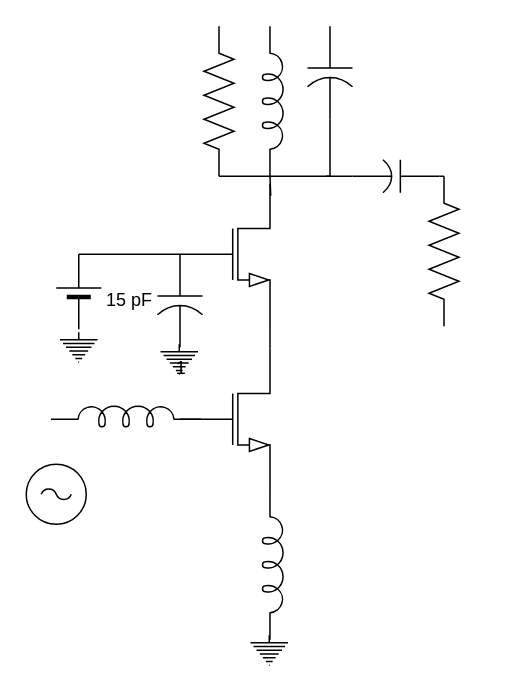
Before: LNA.drawio in vik-s/rftools, a draw.io diagram. Source tidied: cells renumbered, new cells numbered last; positions are measured from the earlier drawing's top-left corner, leaving out a move shared by most shapes. Both pictures are drawn from the tidied source at 150%, with x=0, y=0 at pixel (26, 26).
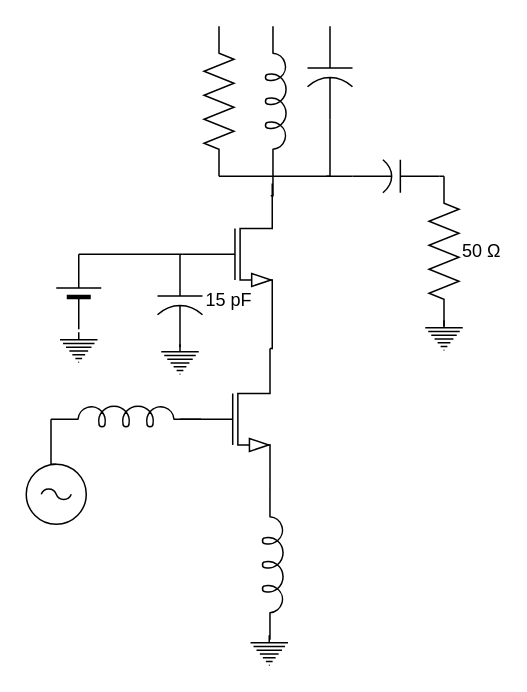
The same page after the edit.

The change refers to these unchanged cells:
```xml
<mxCell id="12" style="verticalLabelPosition=bottom;shadow=0;dashed=0;align=center;fillColor=#ffffff;html=1;verticalAlign=top;strokeWidth=1;shape=mxgraph.electrical.inductors.inductor_5;direction=east;" parent="1" vertex="1">
  <mxGeometry x="16.5" y="253" width="100" height="14" as="geometry" />
</mxCell>
<mxCell id="13" style="verticalLabelPosition=bottom;shadow=0;dashed=0;align=center;fillColor=#ffffff;html=1;verticalAlign=top;strokeWidth=1;shape=mxgraph.electrical.signal_sources.ac_source;" parent="1" vertex="1">
  <mxGeometry y="292" width="40" height="40" as="geometry" />
</mxCell>
```

The edit, as a diff of the source:
```diff
@@
     <mxCell id="5" style="verticalLabelPosition=bottom;shadow=0;dashed=0;align=center;fillColor=#ffffff;html=1;verticalAlign=top;strokeWidth=1;shape=mxgraph.electrical.transistors.nmos;" parent="1" vertex="1">
-      <mxGeometry x="102.5" y="102" width="60" height="100" as="geometry" />
+      <mxGeometry x="104" y="102" width="60" height="100" as="geometry" />
     </mxCell>
@@
     <mxCell id="9" style="verticalLabelPosition=bottom;shadow=0;dashed=0;align=center;fillColor=#ffffff;html=1;verticalAlign=top;strokeWidth=1;shape=mxgraph.electrical.inductors.inductor_5;direction=south;" parent="1" vertex="1">
-      <mxGeometry x="157.5" width="14" height="100" as="geometry" />
+      <mxGeometry x="159.5" width="14" height="100" as="geometry" />
     </mxCell>
@@
+    <mxCell id="25" style="edgeStyle=orthogonalEdgeStyle;rounded=0;jettySize=auto;html=1;exitX=0.5;exitY=0;exitDx=0;exitDy=0;exitPerimeter=0;entryX=0;entryY=0.645;entryDx=0;entryDy=0;entryPerimeter=0;endArrow=none;endFill=0;" parent="1" edge="1" source="13" target="12">
+      <mxGeometry relative="1" as="geometry" />
+    </mxCell>
@@
-    <mxCell id="17" value="1" style="verticalLabelPosition=bottom;shadow=0;dashed=0;align=center;fillColor=#ffffff;html=1;verticalAlign=top;strokeWidth=1;shape=mxgraph.electrical.capacitors.capacitor_2;direction=south;" parent="1" vertex="1">
+    <mxCell id="17" value="15 pF" style="verticalLabelPosition=middle;shadow=0;dashed=0;align=left;fillColor=#ffffff;html=1;verticalAlign=middle;strokeWidth=1;shape=mxgraph.electrical.capacitors.capacitor_2;direction=south;labelPosition=right;" parent="1" vertex="1">
       <mxGeometry x="87.5" y="152" width="30" height="62" as="geometry" />
     </mxCell>
     <mxCell id="18" style="verticalLabelPosition=bottom;shadow=0;dashed=0;align=center;fillColor=#ffffff;html=1;verticalAlign=top;strokeWidth=1;shape=mxgraph.electrical.signal_sources.protective_earth;" parent="1" vertex="1">
-      <mxGeometry x="89.5" y="212" width="25" height="20" as="geometry" />
+      <mxGeometry x="90" y="212" width="25" height="20" as="geometry" />
     </mxCell>
@@
-    <mxCell id="23" style="verticalLabelPosition=bottom;shadow=0;dashed=0;align=center;fillColor=#ffffff;html=1;verticalAlign=top;strokeWidth=1;shape=mxgraph.electrical.resistors.resistor_2;direction=south;" parent="1" vertex="1">
+    <mxCell id="23" value="50 Ω" style="verticalLabelPosition=middle;shadow=0;dashed=0;align=left;fillColor=#ffffff;html=1;verticalAlign=middle;strokeWidth=1;shape=mxgraph.electrical.resistors.resistor_2;direction=south;labelPosition=right;" parent="1" vertex="1">
       <mxGeometry x="268.5" y="100" width="20" height="100" as="geometry" />
     </mxCell>
-    <mxCell id="24" value="15 pF" style="text;html=1;strokeColor=none;fillColor=none;align=center;verticalAlign=middle;whiteSpace=wrap;rounded=0;" parent="1" vertex="1">
-      <mxGeometry x="48.5" y="173" width="40" height="20" as="geometry" />
-    </mxCell>
+    <mxCell id="26" style="verticalLabelPosition=bottom;shadow=0;dashed=0;align=center;fillColor=#ffffff;html=1;verticalAlign=top;strokeWidth=1;shape=mxgraph.electrical.signal_sources.protective_earth;" parent="1" vertex="1">
+      <mxGeometry x="266" y="196" width="25" height="20" as="geometry" />
+    </mxCell>
```
